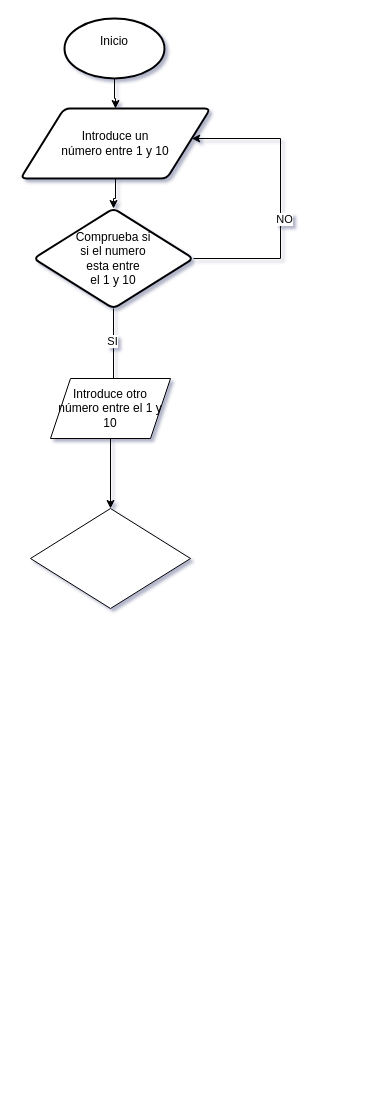
The draw.io diagram Sumar dos numeros.drawio in Meinar00/cyr, before the edit. Source tidied: cells renumbered, new cells numbered last; positions are measured from the earlier drawing's top-left corner, leaving out a move shared by most shapes. Both pictures are drawn from the tidied source at 100%, with x=0, y=0 at pixel (20, 18).
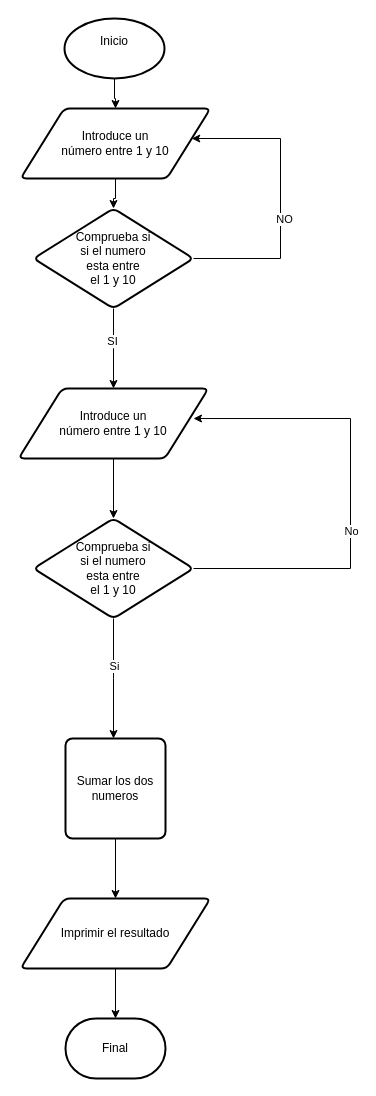
After the change.

Commit message:
Añadida la parte final del diagrama

Diff of the diagram source:
```diff
@@
-<mxGraphModel shadow="1">
+<mxGraphModel>
@@
-    <mxCell id="11" style="edgeStyle=orthogonalEdgeStyle;rounded=0;jettySize=auto;html=1;" parent="1" edge="1" source="12" target="13">
-      <mxGeometry relative="1" as="geometry" />
-    </mxCell>
-    <mxCell id="12" value="Introduce otro número entre el 1 y 10" style="shape=parallelogram;perimeter=parallelogramPerimeter;whiteSpace=wrap;html=1;fixedSize=1;" parent="1" vertex="1">
-      <mxGeometry x="30" y="360" width="120" height="60" as="geometry" />
-    </mxCell>
-    <mxCell id="13" style="rhombus;whiteSpace=wrap;html=1;" parent="1" vertex="1">
-      <mxGeometry x="10" y="490" width="160" height="100" as="geometry" />
-    </mxCell>
+    <mxCell id="14" style="edgeStyle=orthogonalEdgeStyle;rounded=0;jettySize=auto;html=1;" parent="1" edge="1" source="15" target="20">
+      <mxGeometry relative="1" as="geometry" />
+    </mxCell>
+    <mxCell id="15" value="&lt;div&gt;Introduce un &lt;br&gt;&lt;/div&gt;&lt;div&gt;número entre 1 y 10&lt;/div&gt;" style="shape=parallelogram;html=1;strokeWidth=2;perimeter=parallelogramPerimeter;whiteSpace=wrap;rounded=1;arcSize=12;size=0.23;" parent="1" vertex="1">
+      <mxGeometry x="-2" y="370" width="190" height="70" as="geometry" />
+    </mxCell>
+    <mxCell id="16" style="edgeStyle=orthogonalEdgeStyle;rounded=0;jettySize=auto;html=1;exitX=1;exitY=0.5;exitDx=0;exitDy=0;entryX=0.921;entryY=0.429;entryDx=0;entryDy=0;entryPerimeter=0;" parent="1" edge="1" source="20" target="15">
+      <mxGeometry relative="1" as="geometry">
+        <Array as="points">
+          <mxPoint x="330" y="550" />
+          <mxPoint x="330" y="400" />
+        </Array>
+      </mxGeometry>
+    </mxCell>
+    <mxCell id="17" value="No" style="edgeLabel;html=1;align=center;verticalAlign=middle;" parent="16" vertex="1">
+      <mxGeometry x="-0.16" relative="1" as="geometry" />
+    </mxCell>
+    <mxCell id="18" style="edgeStyle=orthogonalEdgeStyle;rounded=0;jettySize=auto;html=1;entryX=0.5;entryY=0;entryDx=0;entryDy=0;" parent="1" edge="1" source="20">
+      <mxGeometry relative="1" as="geometry">
+        <mxPoint x="93" y="720" as="targetPoint" />
+      </mxGeometry>
+    </mxCell>
+    <mxCell id="19" value="Si" style="edgeLabel;html=1;align=center;verticalAlign=middle;" parent="18" vertex="1">
+      <mxGeometry x="-0.22" relative="1" as="geometry" />
+    </mxCell>
+    <mxCell id="20" value="&lt;div&gt;Comprueba si&lt;/div&gt;&lt;div&gt;si el numero&lt;/div&gt;&lt;div&gt;esta entre&lt;/div&gt;&lt;div&gt;el 1 y 10&lt;br&gt;&lt;/div&gt;" style="rhombus;whiteSpace=wrap;html=1;strokeWidth=2;rounded=1;arcSize=12;" parent="1" vertex="1">
+      <mxGeometry x="13" y="500" width="160" height="100" as="geometry" />
+    </mxCell>
+    <mxCell id="21" style="edgeStyle=orthogonalEdgeStyle;rounded=0;jettySize=auto;html=1;" parent="1" edge="1" source="22" target="24">
+      <mxGeometry relative="1" as="geometry" />
+    </mxCell>
+    <mxCell id="22" value="Sumar los dos numeros" style="rounded=1;whiteSpace=wrap;html=1;absoluteArcSize=1;arcSize=14;strokeWidth=2;" parent="1" vertex="1">
+      <mxGeometry x="45" y="720" width="100" height="100" as="geometry" />
+    </mxCell>
+    <mxCell id="23" style="edgeStyle=orthogonalEdgeStyle;rounded=0;jettySize=auto;html=1;" parent="1" edge="1" source="24" target="25">
+      <mxGeometry relative="1" as="geometry" />
+    </mxCell>
+    <mxCell id="24" value="Imprimir el resultado" style="shape=parallelogram;html=1;strokeWidth=2;perimeter=parallelogramPerimeter;whiteSpace=wrap;rounded=1;arcSize=12;size=0.23;" parent="1" vertex="1">
+      <mxGeometry y="880" width="190" height="70" as="geometry" />
+    </mxCell>
+    <mxCell id="25" value="Final" style="strokeWidth=2;html=1;shape=mxgraph.flowchart.terminator;whiteSpace=wrap;" parent="1" vertex="1">
+      <mxGeometry x="45" y="1000" width="100" height="60" as="geometry" />
+    </mxCell>
```
